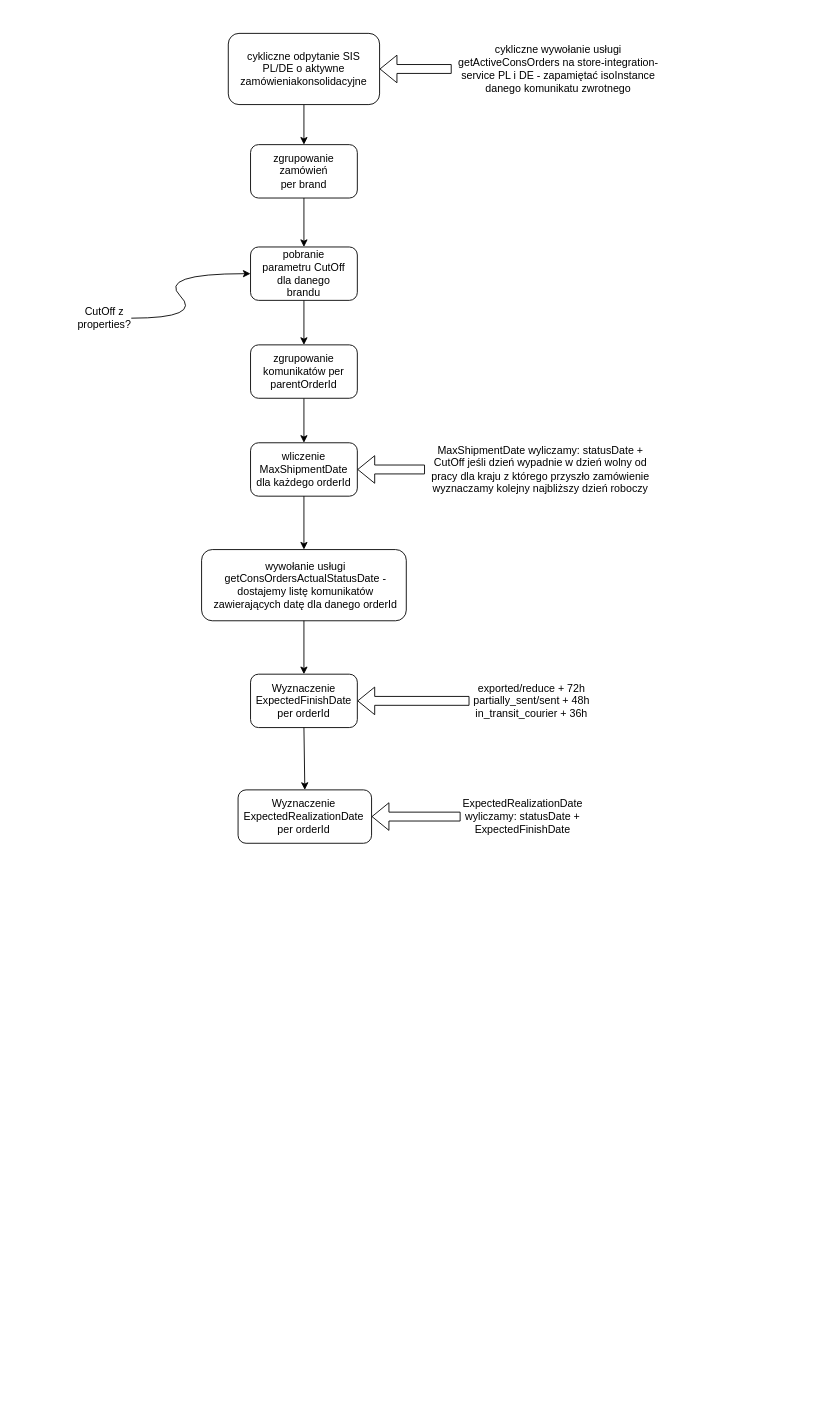
Before: Diagram bez tytułu.drawio in piekarczyk/Projekt-DONG, a draw.io diagram. Source tidied: cells renumbered, new cells numbered last; positions are measured from the earlier drawing's top-left corner, leaving out a move shared by most shapes. Both pictures are drawn from the tidied source at 89%, with x=0, y=0 at pixel (77, 33).
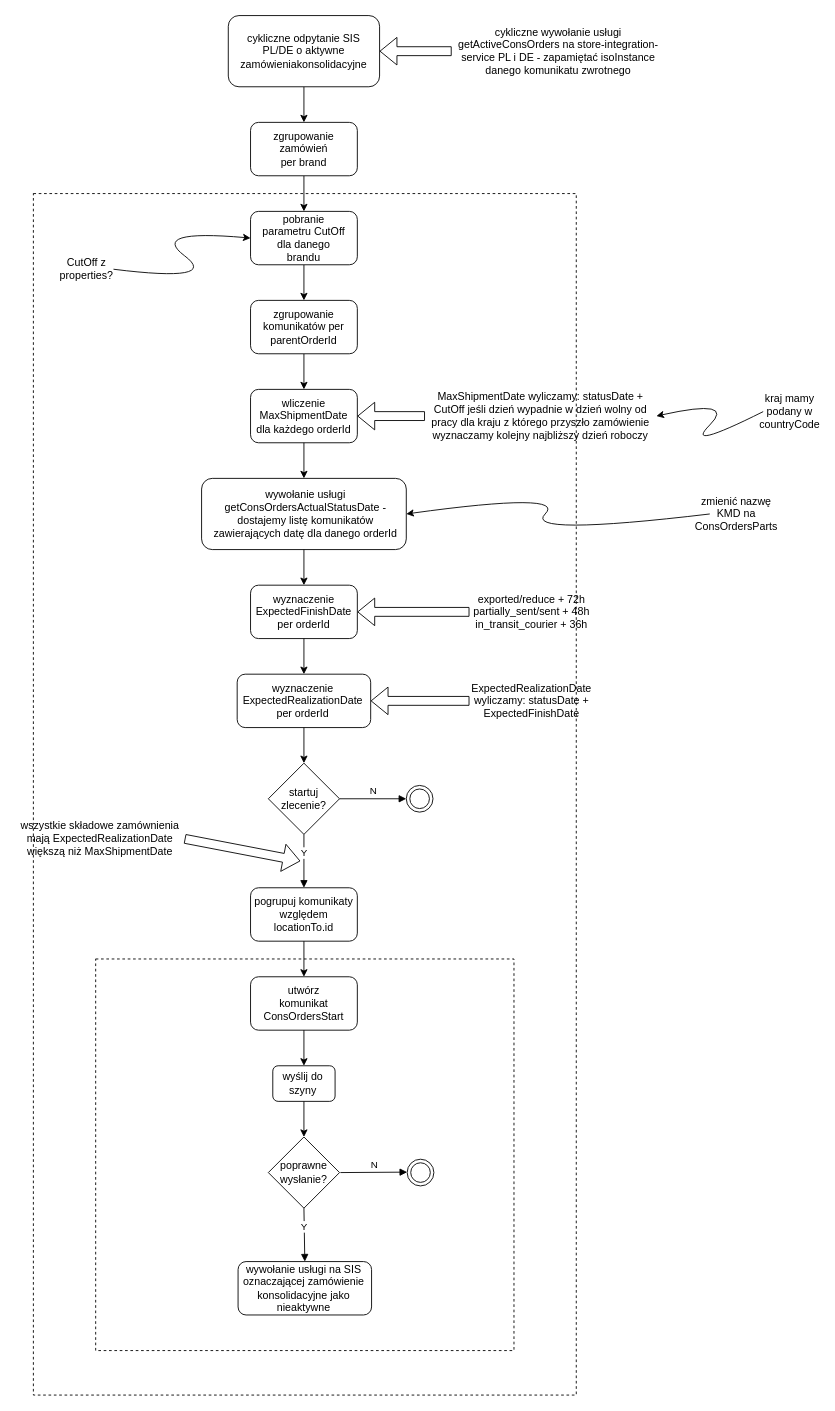
The same page after the edit.

The change refers to these unchanged cells:
```xml
<mxCell id="13" style="rounded=1;whiteSpace=wrap;html=1;" parent="12" vertex="1">
  <mxGeometry width="120" height="60" as="geometry" />
</mxCell>
<mxCell id="28" style="rounded=1;whiteSpace=wrap;html=1;" parent="27" vertex="1">
  <mxGeometry width="230" height="80" as="geometry" />
</mxCell>
<mxCell id="38" style="rounded=1;whiteSpace=wrap;html=1;" parent="37" vertex="1">
  <mxGeometry width="150" height="60" as="geometry" />
</mxCell>
```

What changed in the source:
```diff
@@
+    <mxCell id="43" style="rounded=0;whiteSpace=wrap;html=1;dashed=1;fillColor=none;" parent="1" vertex="1">
+      <mxGeometry x="-50" y="180" width="610" height="1350" as="geometry" />
+    </mxCell>
@@
     <mxCell id="6" style="group;" parent="1" vertex="1">
-      <mxGeometry x="169" width="170" height="80" as="geometry" />
+      <mxGeometry x="169" y="-20" width="170" height="80" as="geometry" />
     </mxCell>
@@
     <mxCell id="9" style="group;" parent="1" vertex="1">
-      <mxGeometry x="194" y="125" width="120" height="60" as="geometry" />
+      <mxGeometry x="194" y="100" width="120" height="60" as="geometry" />
     </mxCell>
@@
     <mxCell id="12" style="group;" parent="1" vertex="1">
-      <mxGeometry x="194" y="240" width="120" height="60" as="geometry" />
+      <mxGeometry x="194" y="200" width="120" height="60" as="geometry" />
     </mxCell>
@@
     <mxCell id="15" style="group;" parent="1" vertex="1">
-      <mxGeometry x="194" y="350" width="120" height="60" as="geometry" />
+      <mxGeometry x="194" y="300" width="120" height="60" as="geometry" />
     </mxCell>
@@
     <mxCell id="18" style="group;" parent="1" vertex="1">
-      <mxGeometry x="194" y="460" width="120" height="60" as="geometry" />
+      <mxGeometry x="194" y="400" width="120" height="60" as="geometry" />
     </mxCell>
@@
     <mxCell id="21" value="MaxShipmentDate wyliczamy: statusDate + CutOff jeśli dzień wypadnie w dzień wolny od pracy dla kraju z którego przyszło zamówienie wyznaczamy kolejny najbliższy dzień roboczy" style="text;html=1;strokeColor=none;fillColor=none;align=center;verticalAlign=middle;whiteSpace=wrap;rounded=0;" parent="1" vertex="1">
-      <mxGeometry x="390" y="442.5" width="260" height="95" as="geometry" />
+      <mxGeometry x="390" y="382.5" width="260" height="95" as="geometry" />
     </mxCell>
@@
     <mxCell id="23" value="cykliczne wywołanie usługi getActiveConsOrders na store-integration-service PL i DE - zapamiętać isoInstance danego komunikatu zwrotnego" style="text;html=1;strokeColor=none;fillColor=none;align=center;verticalAlign=middle;whiteSpace=wrap;rounded=0;" parent="1" vertex="1">
-      <mxGeometry x="420" y="25" width="240" height="30" as="geometry" />
+      <mxGeometry x="420" y="5" width="240" height="30" as="geometry" />
     </mxCell>
@@
     <mxCell id="25" value="CutOff z properties?" style="text;html=1;strokeColor=none;fillColor=none;align=center;verticalAlign=middle;whiteSpace=wrap;rounded=0;" parent="1" vertex="1">
-      <mxGeometry y="305" width="60" height="30" as="geometry" />
+      <mxGeometry x="-20" y="250" width="60" height="30" as="geometry" />
     </mxCell>
     <mxCell id="26" style="curved=1;endArrow=classic;html=1;rounded=0;exitX=1;exitY=0.5;exitDx=0;exitDy=0;entryX=0;entryY=0.5;entryDx=0;entryDy=0;" parent="1" edge="1" source="25" target="13">
       <mxGeometry relative="1" as="geometry">
         <Array as="points">
-          <mxPoint x="140" y="320" />
-          <mxPoint x="90" y="270" />
+          <mxPoint x="160" y="280" />
+          <mxPoint x="80" y="220" />
         </Array>
       </mxGeometry>
     </mxCell>
     <mxCell id="27" style="group;" parent="1" vertex="1">
-      <mxGeometry x="139" y="580" width="230" height="80" as="geometry" />
+      <mxGeometry x="139" y="500" width="230" height="80" as="geometry" />
     </mxCell>
@@
     <mxCell id="31" value="exported/reduce + 72h&lt;br&gt;partially_sent/sent + 48h&lt;br&gt;in_transit_courier + 36h" style="text;html=1;strokeColor=none;fillColor=none;align=center;verticalAlign=middle;whiteSpace=wrap;rounded=0;" parent="1" vertex="1">
-      <mxGeometry x="440" y="735" width="140" height="30" as="geometry" />
+      <mxGeometry x="440" y="635" width="140" height="30" as="geometry" />
     </mxCell>
@@
     <mxCell id="34" style="group;" parent="1" vertex="1">
-      <mxGeometry x="194" y="720" width="120" height="60" as="geometry" />
+      <mxGeometry x="194" y="620" width="120" height="60" as="geometry" />
     </mxCell>
@@
-    <mxCell id="36" value="Wyznaczenie ExpectedFinishDate per orderId" style="text;html=1;strokeColor=none;fillColor=none;align=center;verticalAlign=middle;whiteSpace=wrap;rounded=0;" parent="34" vertex="1">
+    <mxCell id="36" value="wyznaczenie ExpectedFinishDate per orderId" style="text;html=1;strokeColor=none;fillColor=none;align=center;verticalAlign=middle;whiteSpace=wrap;rounded=0;" parent="34" vertex="1">
       <mxGeometry x="30" y="15" width="60" height="30" as="geometry" />
     </mxCell>
     <mxCell id="37" style="group;" parent="1" vertex="1">
-      <mxGeometry x="180" y="850" width="150" height="60" as="geometry" />
+      <mxGeometry x="179" y="720" width="150" height="60" as="geometry" />
     </mxCell>
@@
-    <mxCell id="39" value="Wyznaczenie ExpectedRealizationDate per orderId" style="text;html=1;strokeColor=none;fillColor=none;align=center;verticalAlign=middle;whiteSpace=wrap;rounded=0;" parent="37" vertex="1">
+    <mxCell id="39" value="wyznaczenie ExpectedRealizationDate per orderId" style="text;html=1;strokeColor=none;fillColor=none;align=center;verticalAlign=middle;whiteSpace=wrap;rounded=0;" parent="37" vertex="1">
       <mxGeometry x="44" y="15" width="60" height="30" as="geometry" />
     </mxCell>
@@
     <mxCell id="41" value="ExpectedRealizationDate wyliczamy: statusDate + ExpectedFinishDate" style="text;html=1;strokeColor=none;fillColor=none;align=center;verticalAlign=middle;whiteSpace=wrap;rounded=0;" parent="1" vertex="1">
-      <mxGeometry x="470" y="865" width="60" height="30" as="geometry" />
+      <mxGeometry x="480" y="735" width="60" height="30" as="geometry" />
     </mxCell>
     <mxCell id="42" style="shape=flexArrow;endArrow=classic;html=1;rounded=0;entryX=1;entryY=0.5;entryDx=0;entryDy=0;" parent="1" edge="1" target="38">
       <mxGeometry relative="1" as="geometry">
-        <mxPoint x="430" y="880" as="sourcePoint" />
+        <mxPoint x="440" y="750" as="sourcePoint" />
       </mxGeometry>
     </mxCell>
+    <mxCell id="44" style="group;" parent="1" vertex="1">
+      <mxGeometry x="214" y="820" width="80" height="80" as="geometry" />
+    </mxCell>
+    <mxCell id="45" style="rhombus;whiteSpace=wrap;html=1;" parent="44" vertex="1">
+      <mxGeometry width="80" height="80" as="geometry" />
+    </mxCell>
+    <mxCell id="46" value="startuj zlecenie?" style="text;html=1;strokeColor=none;fillColor=none;align=center;verticalAlign=middle;whiteSpace=wrap;rounded=0;" parent="44" vertex="1">
+      <mxGeometry x="10" y="25" width="60" height="30" as="geometry" />
+    </mxCell>
+    <mxCell id="47" style="endArrow=classic;html=1;rounded=0;entryX=0.5;entryY=0;entryDx=0;entryDy=0;exitX=0.5;exitY=1;exitDx=0;exitDy=0;" parent="1" edge="1" source="38" target="45">
+      <mxGeometry relative="1" as="geometry" />
+    </mxCell>
+    <mxCell id="48" style="ellipse;html=1;shape=endState;" parent="1" vertex="1">
+      <mxGeometry x="369" y="845" width="30" height="30" as="geometry" />
+    </mxCell>
+    <mxCell id="49" value="N" style="html=1;verticalAlign=bottom;endArrow=block;rounded=0;exitX=1;exitY=0.5;exitDx=0;exitDy=0;entryX=0;entryY=0.5;entryDx=0;entryDy=0;" parent="1" edge="1" source="45" target="48">
+      <mxGeometry relative="1" as="geometry" />
+    </mxCell>
+    <mxCell id="50" style="group;" parent="1" vertex="1">
+      <mxGeometry x="194" y="960" width="120" height="60" as="geometry" />
+    </mxCell>
+    <mxCell id="51" style="rounded=1;whiteSpace=wrap;html=1;" parent="50" vertex="1">
+      <mxGeometry width="120" height="60" as="geometry" />
+    </mxCell>
+    <mxCell id="52" value="pogrupuj komunikaty względem locationTo.id" style="text;html=1;strokeColor=none;fillColor=none;align=center;verticalAlign=middle;whiteSpace=wrap;rounded=0;" parent="50" vertex="1">
+      <mxGeometry y="15" width="120" height="30" as="geometry" />
+    </mxCell>
+    <mxCell id="53" value="Y" style="html=1;verticalAlign=bottom;endArrow=block;rounded=0;entryX=0.5;entryY=0;entryDx=0;entryDy=0;exitX=0.5;exitY=1;exitDx=0;exitDy=0;" parent="1" edge="1" source="45" target="51">
+      <mxGeometry relative="1" as="geometry" />
+    </mxCell>
+    <mxCell id="54" value="wszystkie składowe zamównienia mają ExpectedRealizationDate większą niż MaxShipmentDate" style="text;html=1;strokeColor=none;fillColor=none;align=center;verticalAlign=middle;whiteSpace=wrap;rounded=0;" parent="1" vertex="1">
+      <mxGeometry x="-70" y="890" width="190" height="30" as="geometry" />
+    </mxCell>
+    <mxCell id="55" style="shape=flexArrow;endArrow=classic;html=1;rounded=0;exitX=1;exitY=0.5;exitDx=0;exitDy=0;" parent="1" edge="1" source="54">
+      <mxGeometry relative="1" as="geometry">
+        <mxPoint x="250" y="930" as="targetPoint" />
+      </mxGeometry>
+    </mxCell>
+    <mxCell id="56" style="endArrow=classic;html=1;rounded=0;entryX=0.5;entryY=0;entryDx=0;entryDy=0;exitX=0.5;exitY=1;exitDx=0;exitDy=0;" parent="1" edge="1" source="51" target="58">
+      <mxGeometry relative="1" as="geometry" />
+    </mxCell>
+    <mxCell id="57" style="group;" parent="1" vertex="1">
+      <mxGeometry x="194" y="1060" width="120" height="60" as="geometry" />
+    </mxCell>
+    <mxCell id="58" style="rounded=1;whiteSpace=wrap;html=1;" parent="57" vertex="1">
+      <mxGeometry width="120" height="60" as="geometry" />
+    </mxCell>
+    <mxCell id="59" value="utwórz komunikat ConsOrdersStart" style="text;html=1;strokeColor=none;fillColor=none;align=center;verticalAlign=middle;whiteSpace=wrap;rounded=0;" parent="57" vertex="1">
+      <mxGeometry x="30" y="15" width="60" height="30" as="geometry" />
+    </mxCell>
+    <mxCell id="60" style="group;" parent="1" vertex="1">
+      <mxGeometry x="219" y="1160" width="70" height="40" as="geometry" />
+    </mxCell>
+    <mxCell id="61" style="rounded=1;whiteSpace=wrap;html=1;" parent="60" vertex="1">
+      <mxGeometry width="70" height="40" as="geometry" />
+    </mxCell>
+    <mxCell id="62" value="wyślij do szyny" style="text;html=1;strokeColor=none;fillColor=none;align=center;verticalAlign=middle;whiteSpace=wrap;rounded=0;" parent="60" vertex="1">
+      <mxGeometry x="4" y="5" width="60" height="30" as="geometry" />
+    </mxCell>
+    <mxCell id="63" style="endArrow=classic;html=1;rounded=0;entryX=0.5;entryY=0;entryDx=0;entryDy=0;exitX=0.5;exitY=1;exitDx=0;exitDy=0;" parent="1" edge="1" source="58" target="61">
+      <mxGeometry relative="1" as="geometry" />
+    </mxCell>
+    <mxCell id="64" style="group;" parent="1" vertex="1">
+      <mxGeometry x="214" y="1240" width="80" height="80" as="geometry" />
+    </mxCell>
+    <mxCell id="65" style="rhombus;whiteSpace=wrap;html=1;" parent="64" vertex="1">
+      <mxGeometry width="80" height="80" as="geometry" />
+    </mxCell>
+    <mxCell id="66" value="poprawne wysłanie?" style="text;html=1;strokeColor=none;fillColor=none;align=center;verticalAlign=middle;whiteSpace=wrap;rounded=0;" parent="64" vertex="1">
+      <mxGeometry x="10" y="25" width="60" height="30" as="geometry" />
+    </mxCell>
+    <mxCell id="67" style="endArrow=classic;html=1;rounded=0;entryX=0.5;entryY=0;entryDx=0;entryDy=0;exitX=0.5;exitY=1;exitDx=0;exitDy=0;" parent="1" edge="1" source="61" target="65">
+      <mxGeometry relative="1" as="geometry" />
+    </mxCell>
+    <mxCell id="68" style="ellipse;html=1;shape=endState;" parent="1" vertex="1">
+      <mxGeometry x="370" y="1265" width="30" height="30" as="geometry" />
+    </mxCell>
+    <mxCell id="69" value="N" style="html=1;verticalAlign=bottom;endArrow=block;rounded=0;entryX=0;entryY=0.5;entryDx=0;entryDy=0;" parent="1" edge="1">
+      <mxGeometry relative="1" as="geometry">
+        <mxPoint x="295" y="1280" as="sourcePoint" />
+        <mxPoint x="370" y="1279.5" as="targetPoint" />
+      </mxGeometry>
+    </mxCell>
+    <mxCell id="70" value="Y" style="html=1;verticalAlign=bottom;endArrow=block;rounded=0;entryX=0.5;entryY=0;entryDx=0;entryDy=0;exitX=0.5;exitY=1;exitDx=0;exitDy=0;" parent="1" edge="1" source="65" target="72">
+      <mxGeometry relative="1" as="geometry" />
+    </mxCell>
+    <mxCell id="71" style="group;" parent="1" vertex="1">
+      <mxGeometry x="174" y="1380" width="160" height="60" as="geometry" />
+    </mxCell>
+    <mxCell id="72" style="rounded=1;whiteSpace=wrap;html=1;" parent="71" vertex="1">
+      <mxGeometry x="6" width="150" height="60" as="geometry" />
+    </mxCell>
+    <mxCell id="73" value="wywołanie usługi na SIS oznaczającej zamówienie konsolidacyjne jako nieaktywne" style="text;html=1;strokeColor=none;fillColor=none;align=center;verticalAlign=middle;whiteSpace=wrap;rounded=0;" parent="71" vertex="1">
+      <mxGeometry y="15" width="160" height="30" as="geometry" />
+    </mxCell>
+    <mxCell id="74" style="rounded=0;whiteSpace=wrap;html=1;dashed=1;fillColor=none;" parent="1" vertex="1">
+      <mxGeometry x="20" y="1040" width="470" height="440" as="geometry" />
+    </mxCell>
+    <mxCell id="75" value="kraj mamy podany w countryCode" style="text;html=1;strokeColor=none;fillColor=none;align=center;verticalAlign=middle;whiteSpace=wrap;rounded=0;dashed=1;" parent="1" vertex="1">
+      <mxGeometry x="770" y="410" width="60" height="30" as="geometry" />
+    </mxCell>
+    <mxCell id="76" style="curved=1;endArrow=classic;html=1;rounded=0;entryX=1;entryY=0.5;entryDx=0;entryDy=0;exitX=0;exitY=0.5;exitDx=0;exitDy=0;" parent="1" edge="1" source="75" target="21">
+      <mxGeometry relative="1" as="geometry">
+        <Array as="points">
+          <mxPoint x="680" y="470" />
+          <mxPoint x="740" y="410" />
+        </Array>
+      </mxGeometry>
+    </mxCell>
+    <mxCell id="77" value="zmienić nazwę KMD na ConsOrdersParts" style="text;html=1;strokeColor=none;fillColor=none;align=center;verticalAlign=middle;whiteSpace=wrap;rounded=0;dashed=1;" parent="1" vertex="1">
+      <mxGeometry x="710" y="525" width="60" height="30" as="geometry" />
+    </mxCell>
+    <mxCell id="78" style="curved=1;endArrow=classic;html=1;rounded=0;exitX=0;exitY=0.5;exitDx=0;exitDy=0;entryX=1;entryY=0.5;entryDx=0;entryDy=0;" parent="1" edge="1" source="77" target="28">
+      <mxGeometry relative="1" as="geometry">
+        <Array as="points">
+          <mxPoint x="500" y="565" />
+          <mxPoint x="550" y="515" />
+        </Array>
+      </mxGeometry>
+    </mxCell>
```
